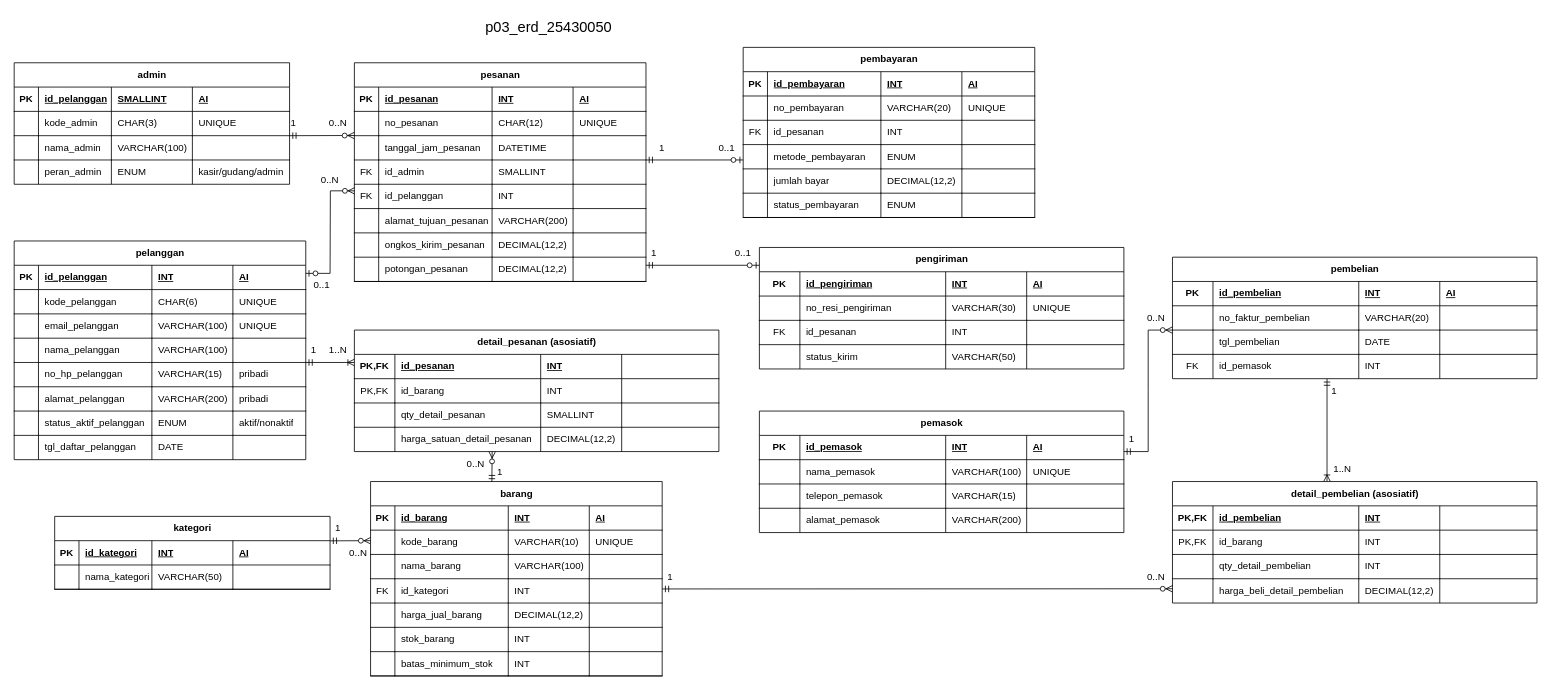
This is p03_erd_25430050.drawio from intanauliaaja-cyber/basisdata_25430050, a draw.io file, before an edit. Source tidied: cells renumbered, new cells numbered last; positions are measured from the earlier drawing's top-left corner, leaving out a move shared by most shapes. Both pictures are drawn from the tidied source at 81%, with x=0, y=0 at pixel (14, 14).
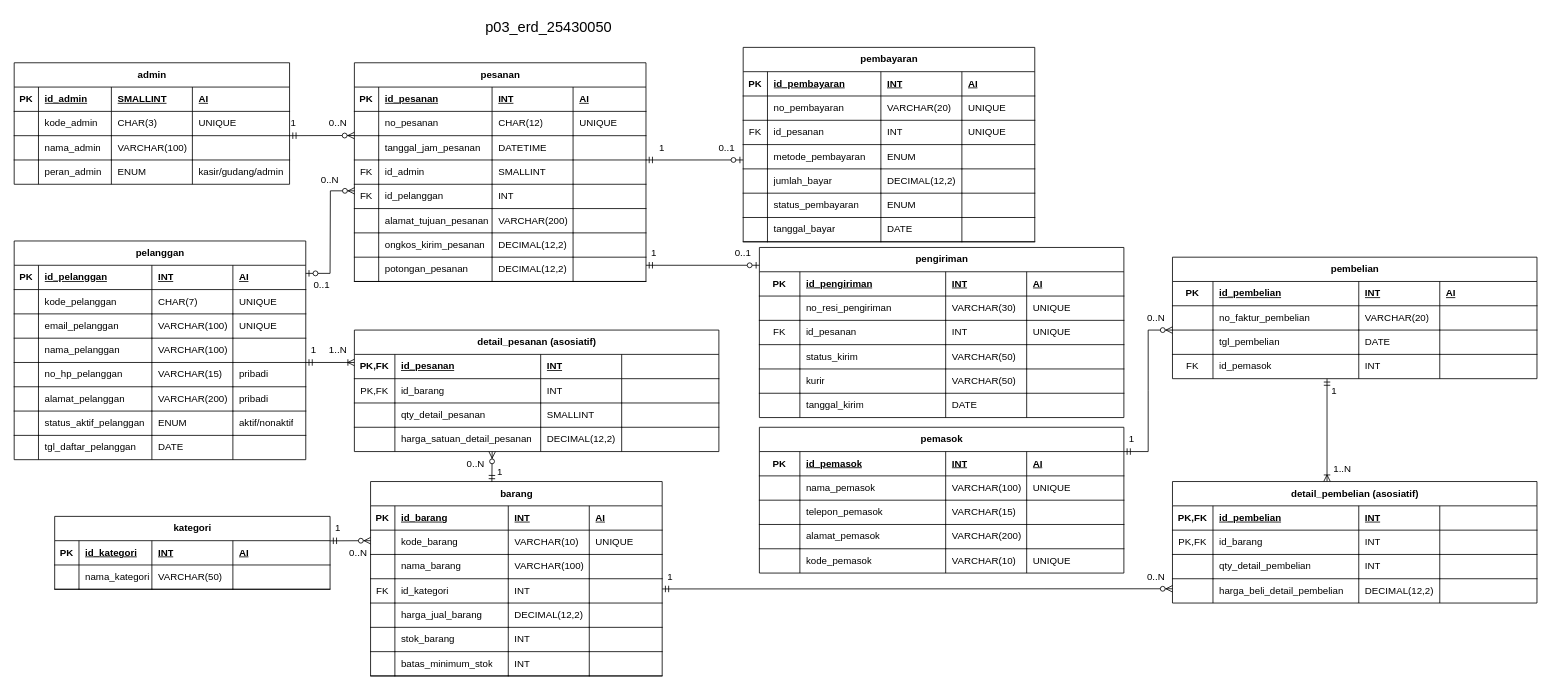
Above is the later version.

Commit message (it also covers changes not shown here):
p03: perbarui erd proyek

Unchanged cells that the change refers to:
```xml
<mxCell id="3" style="shape=tableRow;horizontal=0;startSize=0;swimlaneHead=0;swimlaneBody=0;fillColor=none;top=0;left=0;right=0;bottom=1;" parent="2" vertex="1">
  <mxGeometry y="30" width="340" height="30" as="geometry" />
</mxCell>
<mxCell id="29" style="shape=tableRow;horizontal=0;startSize=0;swimlaneHead=0;swimlaneBody=0;fillColor=none;top=0;left=0;right=0;bottom=0;" parent="23" vertex="1">
  <mxGeometry y="60" width="360" height="30" as="geometry" />
</mxCell>
<mxCell id="184" style="shape=tableRow;horizontal=0;startSize=0;swimlaneHead=0;swimlaneBody=0;fillColor=none;top=0;left=0;right=0;bottom=0;" parent="173" vertex="1">
  <mxGeometry y="90" width="360" height="30" as="geometry" />
</mxCell>
<mxCell id="194" style="shape=tableRow;horizontal=0;startSize=0;swimlaneHead=0;swimlaneBody=0;fillColor=none;top=0;left=0;right=0;bottom=0;" parent="173" vertex="1">
  <mxGeometry y="150" width="360" height="30" as="geometry" />
</mxCell>
<mxCell id="215" style="shape=tableRow;horizontal=0;startSize=0;swimlaneHead=0;swimlaneBody=0;fillColor=none;top=0;left=0;right=0;bottom=0;" parent="204" vertex="1">
  <mxGeometry y="90" width="450" height="30" as="geometry" />
</mxCell>
<mxCell id="220" style="shape=tableRow;horizontal=0;startSize=0;swimlaneHead=0;swimlaneBody=0;fillColor=none;top=0;left=0;right=0;bottom=0;" parent="204" vertex="1">
  <mxGeometry y="120" width="450" height="30" as="geometry" />
</mxCell>
<mxCell id="241" style="shape=tableRow;horizontal=0;startSize=0;swimlaneHead=0;swimlaneBody=0;fillColor=none;top=0;left=0;right=0;bottom=0;" parent="225" vertex="1">
  <mxGeometry y="120" width="450" height="30" as="geometry" />
</mxCell>
```

The edit, as a diff of the source:
```diff
@@
-    <mxCell id="5" value="id_pelanggan" style="shape=partialRectangle;fillColor=none;top=0;left=0;bottom=0;right=0;align=left;spacingLeft=6;fontStyle=5;overflow=hidden;whiteSpace=wrap;html=1;" parent="3" vertex="1">
+    <mxCell id="5" value="id_admin" style="shape=partialRectangle;fillColor=none;top=0;left=0;bottom=0;right=0;align=left;spacingLeft=6;fontStyle=5;overflow=hidden;whiteSpace=wrap;html=1;" parent="3" vertex="1">
       <mxGeometry x="30" width="90" height="30" as="geometry" />
     </mxCell>
@@
-    <mxCell id="32" value="CHAR(6)" style="shape=partialRectangle;fillColor=none;top=0;left=0;bottom=1;right=0;align=left;spacingLeft=6;overflow=hidden;whiteSpace=wrap;html=1;" parent="29" vertex="1">
+    <mxCell id="32" value="CHAR(7)" style="shape=partialRectangle;fillColor=none;top=0;left=0;bottom=1;right=0;align=left;spacingLeft=6;overflow=hidden;whiteSpace=wrap;html=1;" parent="29" vertex="1">
       <mxGeometry x="170" width="100" height="30" as="geometry" />
     </mxCell>
@@
     <mxCell id="173" value="pembayaran" style="shape=table;startSize=30;childLayout=tableLayout;rowLines=0;fontStyle=1;align=center;html=1;fillColor=light-dark(#FFFFFF,#330066);" parent="1" vertex="1">
-      <mxGeometry x="900" y="41" width="360" height="210" as="geometry" />
+      <mxGeometry x="900" y="41" width="360" height="240" as="geometry" />
     </mxCell>
@@
-    <mxCell id="188" style="shape=partialRectangle;fillColor=none;top=0;left=0;bottom=1;right=0;align=left;spacingLeft=6;overflow=hidden;whiteSpace=wrap;html=1;" parent="184" vertex="1">
+    <mxCell id="188" value="UNIQUE" style="shape=partialRectangle;fillColor=none;top=0;left=0;bottom=1;right=0;align=left;spacingLeft=6;overflow=hidden;whiteSpace=wrap;html=1;" parent="184" vertex="1">
       <mxGeometry x="270" width="90" height="30" as="geometry" />
     </mxCell>
@@
-    <mxCell id="196" value="jumlah bayar" style="shape=partialRectangle;fillColor=none;top=0;left=0;bottom=1;right=0;align=left;spacingLeft=6;overflow=hidden;whiteSpace=wrap;html=1;" parent="194" vertex="1">
+    <mxCell id="196" value="jumlah_bayar" style="shape=partialRectangle;fillColor=none;top=0;left=0;bottom=1;right=0;align=left;spacingLeft=6;overflow=hidden;whiteSpace=wrap;html=1;" parent="194" vertex="1">
       <mxGeometry x="30" width="140" height="30" as="geometry" />
     </mxCell>
@@
+    <mxCell id="319" style="shape=tableRow;horizontal=0;startSize=0;swimlaneHead=0;swimlaneBody=0;fillColor=none;top=0;left=0;right=0;bottom=0;" parent="173" vertex="1">
+      <mxGeometry y="210" width="360" height="30" as="geometry" />
+    </mxCell>
+    <mxCell id="320" style="shape=partialRectangle;fillColor=none;top=0;left=0;bottom=1;right=0;overflow=hidden;whiteSpace=wrap;html=1;" parent="319" vertex="1">
+      <mxGeometry width="30" height="30" as="geometry" />
+    </mxCell>
+    <mxCell id="321" value="tanggal_bayar" style="shape=partialRectangle;fillColor=none;top=0;left=0;bottom=1;right=0;align=left;spacingLeft=6;overflow=hidden;whiteSpace=wrap;html=1;" parent="319" vertex="1">
+      <mxGeometry x="30" width="140" height="30" as="geometry" />
+    </mxCell>
+    <mxCell id="322" value="DATE" style="shape=partialRectangle;fillColor=none;top=0;left=0;bottom=1;right=0;align=left;spacingLeft=6;overflow=hidden;whiteSpace=wrap;html=1;" parent="319" vertex="1">
+      <mxGeometry x="170" width="100" height="30" as="geometry" />
+    </mxCell>
+    <mxCell id="323" style="shape=partialRectangle;fillColor=none;top=0;left=0;bottom=1;right=0;align=left;spacingLeft=6;overflow=hidden;whiteSpace=wrap;html=1;" parent="319" vertex="1">
+      <mxGeometry x="270" width="90" height="30" as="geometry" />
+    </mxCell>
     <mxCell id="204" value="pengiriman" style="shape=table;startSize=30;childLayout=tableLayout;rowLines=0;fontStyle=1;align=center;html=1;fillColor=light-dark(#FFFFFF,#660066);" parent="1" vertex="1">
-      <mxGeometry x="920" y="288" width="450" height="150" as="geometry" />
+      <mxGeometry x="920" y="288" width="450" height="210" as="geometry" />
     </mxCell>
@@
-    <mxCell id="219" style="shape=partialRectangle;fillColor=none;top=0;left=0;bottom=1;right=0;align=left;spacingLeft=6;overflow=hidden;whiteSpace=wrap;html=1;" parent="215" vertex="1">
+    <mxCell id="219" value="UNIQUE" style="shape=partialRectangle;fillColor=none;top=0;left=0;bottom=1;right=0;align=left;spacingLeft=6;overflow=hidden;whiteSpace=wrap;html=1;" parent="215" vertex="1">
       <mxGeometry x="330" width="120" height="30" as="geometry" />
     </mxCell>
@@
-    <mxCell id="221" style="shape=partialRectangle;fillColor=none;top=0;left=0;bottom=0;right=0;overflow=hidden;whiteSpace=wrap;html=1;" parent="220" vertex="1">
+    <mxCell id="221" style="shape=partialRectangle;fillColor=none;top=0;left=0;bottom=1;right=0;overflow=hidden;whiteSpace=wrap;html=1;" parent="220" vertex="1">
       <mxGeometry width="50" height="30" as="geometry" />
     </mxCell>
-    <mxCell id="222" value="status_kirim" style="shape=partialRectangle;fillColor=none;top=0;left=0;bottom=0;right=0;align=left;spacingLeft=6;overflow=hidden;whiteSpace=wrap;html=1;" parent="220" vertex="1">
+    <mxCell id="222" value="status_kirim" style="shape=partialRectangle;fillColor=none;top=0;left=0;bottom=1;right=0;align=left;spacingLeft=6;overflow=hidden;whiteSpace=wrap;html=1;" parent="220" vertex="1">
       <mxGeometry x="50" width="180" height="30" as="geometry" />
     </mxCell>
-    <mxCell id="223" value="VARCHAR(50)" style="shape=partialRectangle;fillColor=none;top=0;left=0;bottom=0;right=0;align=left;spacingLeft=6;overflow=hidden;whiteSpace=wrap;html=1;" parent="220" vertex="1">
+    <mxCell id="223" value="VARCHAR(50)" style="shape=partialRectangle;fillColor=none;top=0;left=0;bottom=1;right=0;align=left;spacingLeft=6;overflow=hidden;whiteSpace=wrap;html=1;" parent="220" vertex="1">
       <mxGeometry x="230" width="100" height="30" as="geometry" />
     </mxCell>
-    <mxCell id="224" style="shape=partialRectangle;fillColor=none;top=0;left=0;bottom=0;right=0;align=left;spacingLeft=6;overflow=hidden;whiteSpace=wrap;html=1;" parent="220" vertex="1">
+    <mxCell id="224" style="shape=partialRectangle;fillColor=none;top=0;left=0;bottom=1;right=0;align=left;spacingLeft=6;overflow=hidden;whiteSpace=wrap;html=1;" parent="220" vertex="1">
       <mxGeometry x="330" width="120" height="30" as="geometry" />
     </mxCell>
+    <mxCell id="324" style="shape=tableRow;horizontal=0;startSize=0;swimlaneHead=0;swimlaneBody=0;fillColor=none;top=0;left=0;right=0;bottom=0;" parent="204" vertex="1">
+      <mxGeometry y="150" width="450" height="30" as="geometry" />
+    </mxCell>
+    <mxCell id="325" style="shape=partialRectangle;fillColor=none;top=0;left=0;bottom=1;right=0;overflow=hidden;whiteSpace=wrap;html=1;" parent="324" vertex="1">
+      <mxGeometry width="50" height="30" as="geometry" />
+    </mxCell>
+    <mxCell id="326" value="kurir" style="shape=partialRectangle;fillColor=none;top=0;left=0;bottom=1;right=0;align=left;spacingLeft=6;overflow=hidden;whiteSpace=wrap;html=1;" parent="324" vertex="1">
+      <mxGeometry x="50" width="180" height="30" as="geometry" />
+    </mxCell>
+    <mxCell id="327" value="VARCHAR(50)" style="shape=partialRectangle;fillColor=none;top=0;left=0;bottom=1;right=0;align=left;spacingLeft=6;overflow=hidden;whiteSpace=wrap;html=1;" parent="324" vertex="1">
+      <mxGeometry x="230" width="100" height="30" as="geometry" />
+    </mxCell>
+    <mxCell id="328" style="shape=partialRectangle;fillColor=none;top=0;left=0;bottom=1;right=0;align=left;spacingLeft=6;overflow=hidden;whiteSpace=wrap;html=1;" parent="324" vertex="1">
+      <mxGeometry x="330" width="120" height="30" as="geometry" />
+    </mxCell>
+    <mxCell id="329" style="shape=tableRow;horizontal=0;startSize=0;swimlaneHead=0;swimlaneBody=0;fillColor=none;top=0;left=0;right=0;bottom=0;" parent="204" vertex="1">
+      <mxGeometry y="180" width="450" height="30" as="geometry" />
+    </mxCell>
+    <mxCell id="330" style="shape=partialRectangle;fillColor=none;top=0;left=0;bottom=0;right=0;overflow=hidden;whiteSpace=wrap;html=1;" parent="329" vertex="1">
+      <mxGeometry width="50" height="30" as="geometry" />
+    </mxCell>
+    <mxCell id="331" value="tanggal_kirim" style="shape=partialRectangle;fillColor=none;top=0;left=0;bottom=0;right=0;align=left;spacingLeft=6;overflow=hidden;whiteSpace=wrap;html=1;" parent="329" vertex="1">
+      <mxGeometry x="50" width="180" height="30" as="geometry" />
+    </mxCell>
+    <mxCell id="332" value="DATE" style="shape=partialRectangle;fillColor=none;top=0;left=0;bottom=0;right=0;align=left;spacingLeft=6;overflow=hidden;whiteSpace=wrap;html=1;" parent="329" vertex="1">
+      <mxGeometry x="230" width="100" height="30" as="geometry" />
+    </mxCell>
+    <mxCell id="333" style="shape=partialRectangle;fillColor=none;top=0;left=0;bottom=0;right=0;align=left;spacingLeft=6;overflow=hidden;whiteSpace=wrap;html=1;" parent="329" vertex="1">
+      <mxGeometry x="330" width="120" height="30" as="geometry" />
+    </mxCell>
     <mxCell id="225" value="pemasok" style="shape=table;startSize=30;childLayout=tableLayout;rowLines=0;fontStyle=1;align=center;html=1;fillColor=light-dark(#FFFFFF,#660033);" parent="1" vertex="1">
-      <mxGeometry x="920" y="490" width="450" height="150" as="geometry" />
+      <mxGeometry x="920" y="510" width="450" height="180" as="geometry" />
     </mxCell>
@@
-    <mxCell id="242" style="shape=partialRectangle;fillColor=none;top=0;left=0;bottom=0;right=0;overflow=hidden;whiteSpace=wrap;html=1;" parent="241" vertex="1">
+    <mxCell id="242" style="shape=partialRectangle;fillColor=none;top=0;left=0;bottom=1;right=0;overflow=hidden;whiteSpace=wrap;html=1;" parent="241" vertex="1">
       <mxGeometry width="50" height="30" as="geometry" />
     </mxCell>
-    <mxCell id="243" value="alamat_pemasok" style="shape=partialRectangle;fillColor=none;top=0;left=0;bottom=0;right=0;align=left;spacingLeft=6;overflow=hidden;whiteSpace=wrap;html=1;" parent="241" vertex="1">
+    <mxCell id="243" value="alamat_pemasok" style="shape=partialRectangle;fillColor=none;top=0;left=0;bottom=1;right=0;align=left;spacingLeft=6;overflow=hidden;whiteSpace=wrap;html=1;" parent="241" vertex="1">
       <mxGeometry x="50" width="180" height="30" as="geometry" />
     </mxCell>
-    <mxCell id="244" value="VARCHAR(200)" style="shape=partialRectangle;fillColor=none;top=0;left=0;bottom=0;right=0;align=left;spacingLeft=6;overflow=hidden;whiteSpace=wrap;html=1;" parent="241" vertex="1">
+    <mxCell id="244" value="VARCHAR(200)" style="shape=partialRectangle;fillColor=none;top=0;left=0;bottom=1;right=0;align=left;spacingLeft=6;overflow=hidden;whiteSpace=wrap;html=1;" parent="241" vertex="1">
       <mxGeometry x="230" width="100" height="30" as="geometry" />
     </mxCell>
-    <mxCell id="245" style="shape=partialRectangle;fillColor=none;top=0;left=0;bottom=0;right=0;align=left;spacingLeft=6;overflow=hidden;whiteSpace=wrap;html=1;" parent="241" vertex="1">
+    <mxCell id="245" style="shape=partialRectangle;fillColor=none;top=0;left=0;bottom=1;right=0;align=left;spacingLeft=6;overflow=hidden;whiteSpace=wrap;html=1;" parent="241" vertex="1">
       <mxGeometry x="330" width="120" height="30" as="geometry" />
     </mxCell>
+    <mxCell id="334" style="shape=tableRow;horizontal=0;startSize=0;swimlaneHead=0;swimlaneBody=0;fillColor=none;top=0;left=0;right=0;bottom=0;" parent="225" vertex="1">
+      <mxGeometry y="150" width="450" height="30" as="geometry" />
+    </mxCell>
+    <mxCell id="335" style="shape=partialRectangle;fillColor=none;top=0;left=0;bottom=0;right=0;overflow=hidden;whiteSpace=wrap;html=1;" parent="334" vertex="1">
+      <mxGeometry width="50" height="30" as="geometry" />
+    </mxCell>
+    <mxCell id="336" value="kode_pemasok" style="shape=partialRectangle;fillColor=none;top=0;left=0;bottom=0;right=0;align=left;spacingLeft=6;overflow=hidden;whiteSpace=wrap;html=1;" parent="334" vertex="1">
+      <mxGeometry x="50" width="180" height="30" as="geometry" />
+    </mxCell>
+    <mxCell id="337" value="VARCHAR(10)" style="shape=partialRectangle;fillColor=none;top=0;left=0;bottom=0;right=0;align=left;spacingLeft=6;overflow=hidden;whiteSpace=wrap;html=1;" parent="334" vertex="1">
+      <mxGeometry x="230" width="100" height="30" as="geometry" />
+    </mxCell>
+    <mxCell id="338" value="UNIQUE" style="shape=partialRectangle;fillColor=none;top=0;left=0;bottom=0;right=0;align=left;spacingLeft=6;overflow=hidden;whiteSpace=wrap;html=1;" parent="334" vertex="1">
+      <mxGeometry x="330" width="120" height="30" as="geometry" />
+    </mxCell>
```
